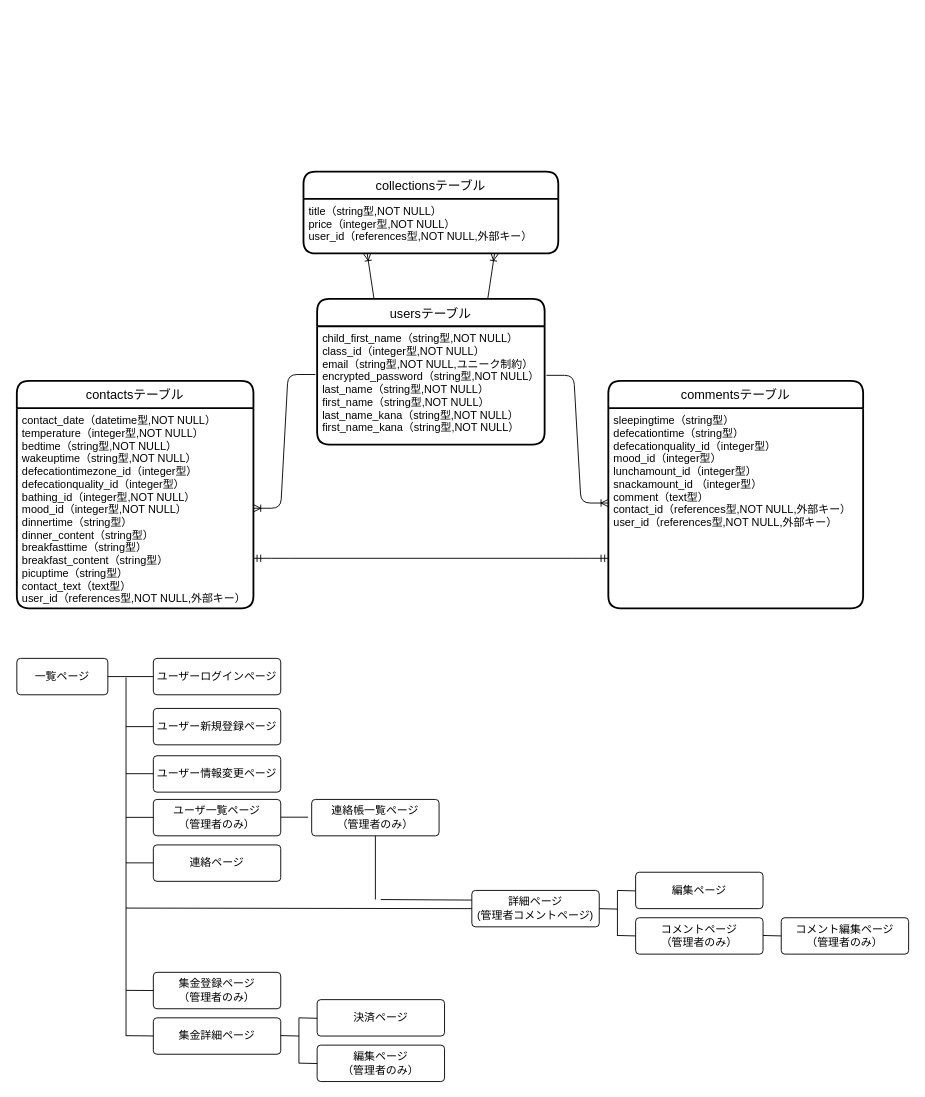
The draw.io diagram contact.dio in sugisanize/contact_book, before the edit. Source tidied: cells renumbered, new cells numbered last; positions are measured from the earlier drawing's top-left corner, leaving out a move shared by most shapes. Both pictures are drawn from the tidied source at 91%, with x=0, y=0 at pixel (16, 171).
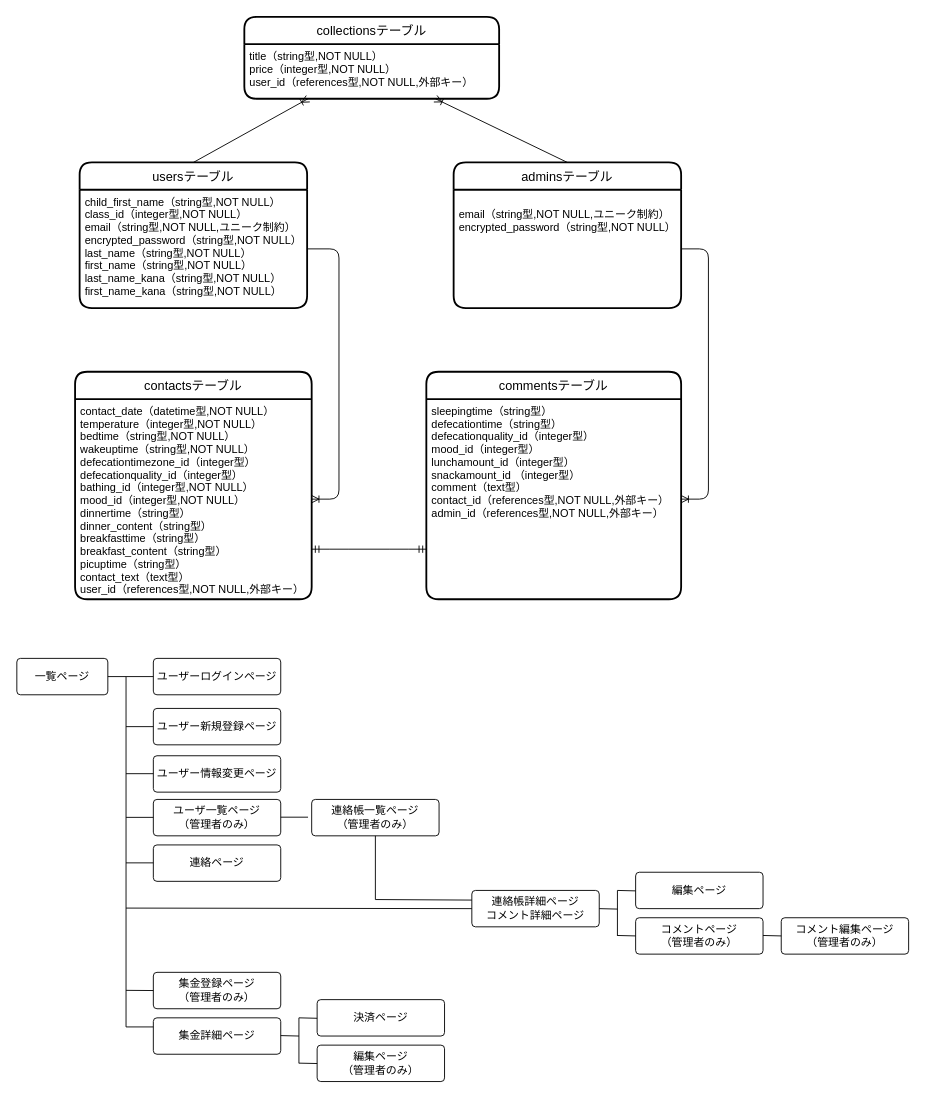
Above is the later version.

Unchanged cells that the change refers to:
```xml
<mxCell id="3" value="child_first_name（string型,NOT NULL）&#10;class_id（integer型,NOT NULL）&#10;email（string型,NOT NULL,ユニーク制約）&#10;encrypted_password（string型,NOT NULL）&#10;last_name（string型,NOT NULL）&#10;first_name（string型,NOT NULL）&#10;last_name_kana（string型,NOT NULL）&#10;first_name_kana（string型,NOT NULL）" style="align=left;strokeColor=none;fillColor=none;spacingLeft=4;fontSize=12;verticalAlign=top;" parent="2" vertex="1">
  <mxGeometry y="30" width="250" height="130" as="geometry" />
</mxCell>
<mxCell id="5" value="title（string型,NOT NULL）&#10;price（integer型,NOT NULL）&#10;user_id（references型,NOT NULL,外部キー）" style="align=left;strokeColor=none;fillColor=none;spacingLeft=4;fontSize=12;verticalAlign=top;" parent="4" vertex="1">
  <mxGeometry y="30" width="280" height="60" as="geometry" />
</mxCell>
<mxCell id="7" value="contact_date（datetime型,NOT NULL）&#10;temperature（integer型,NOT NULL）&#10;bedtime（string型,NOT NULL）&#10;wakeuptime（string型,NOT NULL）&#10;defecationtimezone_id（integer型）&#10;defecationquality_id（integer型）&#10;bathing_id（integer型,NOT NULL）&#10;mood_id（integer型,NOT NULL）&#10;dinnertime（string型）&#10;dinner_content（string型）&#10;breakfasttime（string型）&#10;breakfast_content（string型）&#10;picuptime（string型）&#10;contact_text（text型）&#10;user_id（references型,NOT NULL,外部キー）" style="align=left;strokeColor=none;fillColor=none;spacingLeft=4;fontSize=12;verticalAlign=top;" parent="6" vertex="1">
  <mxGeometry y="30" width="260" height="220" as="geometry" />
</mxCell>
<mxCell id="15" value="一覧ページ" style="rounded=1;arcSize=10;whiteSpace=wrap;html=1;align=center;" parent="1" vertex="1">
  <mxGeometry y="535" width="100" height="40" as="geometry" />
</mxCell>
<mxCell id="16" value="ユーザーログインページ" style="rounded=1;arcSize=10;whiteSpace=wrap;html=1;align=center;" parent="1" vertex="1">
  <mxGeometry x="150" y="535" width="140" height="40" as="geometry" />
</mxCell>
<mxCell id="47" value="連絡帳一覧ページ&lt;br&gt;（管理者のみ）" style="rounded=1;arcSize=10;whiteSpace=wrap;html=1;align=center;" parent="1" vertex="1">
  <mxGeometry x="324" y="690" width="140" height="40" as="geometry" />
</mxCell>
```

The edit, as a diff of the source:
```diff
@@
     <mxCell id="2" value="usersテーブル" style="swimlane;horizontal=1;startSize=30;rounded=1;fontSize=14;fontStyle=0;strokeWidth=2;shadow=0;dashed=0;align=center;" parent="1" vertex="1">
-      <mxGeometry x="330" y="140" width="250" height="160" as="geometry" />
+      <mxGeometry x="69" y="-10" width="250" height="160" as="geometry" />
     </mxCell>
@@
     <mxCell id="4" value="collectionsテーブル" style="swimlane;horizontal=1;startSize=30;rounded=1;fontSize=14;fontStyle=0;strokeWidth=2;shadow=0;dashed=0;align=center;" parent="1" vertex="1">
-      <mxGeometry x="315" width="280" height="90" as="geometry" />
+      <mxGeometry x="250" y="-170" width="280" height="90" as="geometry" />
     </mxCell>
@@
     <mxCell id="6" value="contactsテーブル" style="swimlane;horizontal=1;startSize=30;rounded=1;fontSize=14;fontStyle=0;strokeWidth=2;shadow=0;dashed=0;align=center;" parent="1" vertex="1">
-      <mxGeometry y="230" width="260" height="250" as="geometry" />
+      <mxGeometry x="64" y="220" width="260" height="250" as="geometry" />
     </mxCell>
@@
     <mxCell id="8" value="commentsテーブル" style="swimlane;horizontal=1;startSize=30;rounded=1;fontSize=14;fontStyle=0;strokeWidth=2;shadow=0;dashed=0;align=center;" parent="1" vertex="1">
-      <mxGeometry x="650" y="230" width="280" height="250" as="geometry" />
+      <mxGeometry x="450" y="220" width="280" height="250" as="geometry" />
     </mxCell>
-    <mxCell id="9" value="sleepingtime（string型）&#10;defecationtime（string型）&#10;defecationquality_id（integer型）&#10;mood_id（integer型）&#10;lunchamount_id（integer型）&#10;snackamount_id （integer型）&#10;comment（text型）&#10;contact_id（references型,NOT NULL,外部キー）&#10;user_id（references型,NOT NULL,外部キー）" style="align=left;strokeColor=none;fillColor=none;spacingLeft=4;fontSize=12;verticalAlign=top;" parent="8" vertex="1">
+    <mxCell id="9" value="sleepingtime（string型）&#10;defecationtime（string型）&#10;defecationquality_id（integer型）&#10;mood_id（integer型）&#10;lunchamount_id（integer型）&#10;snackamount_id （integer型）&#10;comment（text型）&#10;contact_id（references型,NOT NULL,外部キー）&#10;admin_id（references型,NOT NULL,外部キー）" style="align=left;strokeColor=none;fillColor=none;spacingLeft=4;fontSize=12;verticalAlign=top;" parent="8" vertex="1">
       <mxGeometry y="30" width="280" height="220" as="geometry" />
     </mxCell>
-    <mxCell id="10" style="edgeStyle=entityRelationEdgeStyle;fontSize=12;html=1;endArrow=ERoneToMany;exitX=-0.008;exitY=0.408;exitDx=0;exitDy=0;exitPerimeter=0;entryX=1;entryY=0.5;entryDx=0;entryDy=0;" parent="1" edge="1" source="3" target="7">
+    <mxCell id="10" style="edgeStyle=entityRelationEdgeStyle;fontSize=12;html=1;endArrow=ERoneToMany;exitX=1;exitY=0.5;exitDx=0;exitDy=0;" parent="1" edge="1" source="3" target="7">
       <mxGeometry relative="1" as="geometry" />
     </mxCell>
-    <mxCell id="11" style="edgeStyle=entityRelationEdgeStyle;fontSize=12;html=1;endArrow=ERoneToMany;exitX=1.008;exitY=0.415;exitDx=0;exitDy=0;exitPerimeter=0;entryX=0;entryY=0.474;entryDx=0;entryDy=0;entryPerimeter=0;" parent="1" edge="1" source="3" target="9">
+    <mxCell id="11" style="edgeStyle=entityRelationEdgeStyle;fontSize=12;html=1;endArrow=ERoneToMany;entryX=1;entryY=0.5;entryDx=0;entryDy=0;" parent="1" edge="1" source="52" target="9">
       <mxGeometry relative="1" as="geometry" />
     </mxCell>
@@
-    <mxCell id="13" style="fontSize=12;html=1;endArrow=ERoneToMany;exitX=0.75;exitY=0;exitDx=0;exitDy=0;entryX=0.75;entryY=1;entryDx=0;entryDy=0;" parent="1" edge="1" source="2" target="5">
+    <mxCell id="13" style="fontSize=12;html=1;endArrow=ERoneToMany;exitX=0.5;exitY=0;exitDx=0;exitDy=0;entryX=0.75;entryY=1;entryDx=0;entryDy=0;" parent="1" edge="1" source="51" target="5">
       <mxGeometry relative="1" as="geometry" />
     </mxCell>
-    <mxCell id="14" style="fontSize=12;html=1;endArrow=ERoneToMany;exitX=0.25;exitY=0;exitDx=0;exitDy=0;entryX=0.25;entryY=1;entryDx=0;entryDy=0;" parent="1" edge="1" source="2" target="5">
+    <mxCell id="14" style="fontSize=12;html=1;endArrow=ERoneToMany;exitX=0.5;exitY=0;exitDx=0;exitDy=0;entryX=0.25;entryY=1;entryDx=0;entryDy=0;" parent="1" edge="1" source="2" target="5">
       <mxGeometry relative="1" as="geometry" />
     </mxCell>
@@
-    <mxCell id="20" value="詳細ページ&lt;br&gt;(管理者コメントページ)" style="rounded=1;arcSize=10;whiteSpace=wrap;html=1;align=center;" parent="1" vertex="1">
+    <mxCell id="20" value="連絡帳詳細ページ&lt;br&gt;コメント詳細ページ" style="rounded=1;arcSize=10;whiteSpace=wrap;html=1;align=center;" parent="1" vertex="1">
       <mxGeometry x="500" y="790" width="140" height="40" as="geometry" />
     </mxCell>
@@
-    <mxCell id="29" style="endArrow=none;html=1;rounded=0;exitX=1;exitY=0.5;exitDx=0;exitDy=0;entryX=0;entryY=0.5;entryDx=0;entryDy=0;" parent="1" edge="1" source="15" target="16">
-      <mxGeometry relative="1" as="geometry" />
+    <mxCell id="29" style="endArrow=none;html=1;rounded=0;entryX=0;entryY=0.5;entryDx=0;entryDy=0;" parent="1" edge="1" target="16">
+      <mxGeometry relative="1" as="geometry">
+        <mxPoint x="120" y="555" as="sourcePoint" />
+      </mxGeometry>
     </mxCell>
-    <mxCell id="30" style="endArrow=none;html=1;rounded=0;" parent="1" edge="1">
+    <mxCell id="30" style="endArrow=none;html=1;rounded=0;exitX=1;exitY=0.5;exitDx=0;exitDy=0;" parent="1" edge="1" source="15">
       <mxGeometry relative="1" as="geometry">
-        <mxPoint x="120" y="556" as="sourcePoint" />
-        <mxPoint x="120" y="950" as="targetPoint" />
+        <mxPoint x="150" y="940" as="targetPoint" />
+        <Array as="points">
+          <mxPoint x="120" y="555" />
+          <mxPoint x="120" y="940" />
+        </Array>
       </mxGeometry>
     </mxCell>
@@
-    <mxCell id="46" style="endArrow=none;html=1;rounded=0;entryX=0;entryY=0.5;entryDx=0;entryDy=0;" parent="1" edge="1">
-      <mxGeometry relative="1" as="geometry">
-        <mxPoint x="120" y="949.6" as="sourcePoint" />
-        <mxPoint x="150" y="949.9" as="targetPoint" />
-      </mxGeometry>
-    </mxCell>
@@
-    <mxCell id="49" style="endArrow=none;html=1;rounded=0;entryX=0;entryY=0.5;entryDx=0;entryDy=0;" parent="1" edge="1">
+    <mxCell id="49" style="endArrow=none;html=1;rounded=0;entryX=0;entryY=0.5;entryDx=0;entryDy=0;exitX=0.5;exitY=1;exitDx=0;exitDy=0;" parent="1" edge="1" source="47">
       <mxGeometry relative="1" as="geometry">
-        <mxPoint x="400" y="800" as="sourcePoint" />
         <mxPoint x="500" y="800.6" as="targetPoint" />
+        <Array as="points">
+          <mxPoint x="394" y="800" />
+        </Array>
       </mxGeometry>
     </mxCell>
-    <mxCell id="50" style="endArrow=none;html=1;rounded=0;exitX=0.5;exitY=1;exitDx=0;exitDy=0;" parent="1" edge="1" source="47">
-      <mxGeometry relative="1" as="geometry">
-        <mxPoint x="394" y="800" as="targetPoint" />
-      </mxGeometry>
-    </mxCell>
+    <mxCell id="51" value="adminsテーブル" style="swimlane;horizontal=1;startSize=30;rounded=1;fontSize=14;fontStyle=0;strokeWidth=2;shadow=0;dashed=0;align=center;" parent="1" vertex="1">
+      <mxGeometry x="480" y="-10" width="250" height="160" as="geometry" />
+    </mxCell>
+    <mxCell id="52" value="&#10;email（string型,NOT NULL,ユニーク制約）&#10;encrypted_password（string型,NOT NULL）" style="align=left;strokeColor=none;fillColor=none;spacingLeft=4;fontSize=12;verticalAlign=top;" parent="51" vertex="1">
+      <mxGeometry y="30" width="250" height="130" as="geometry" />
+    </mxCell>
```
